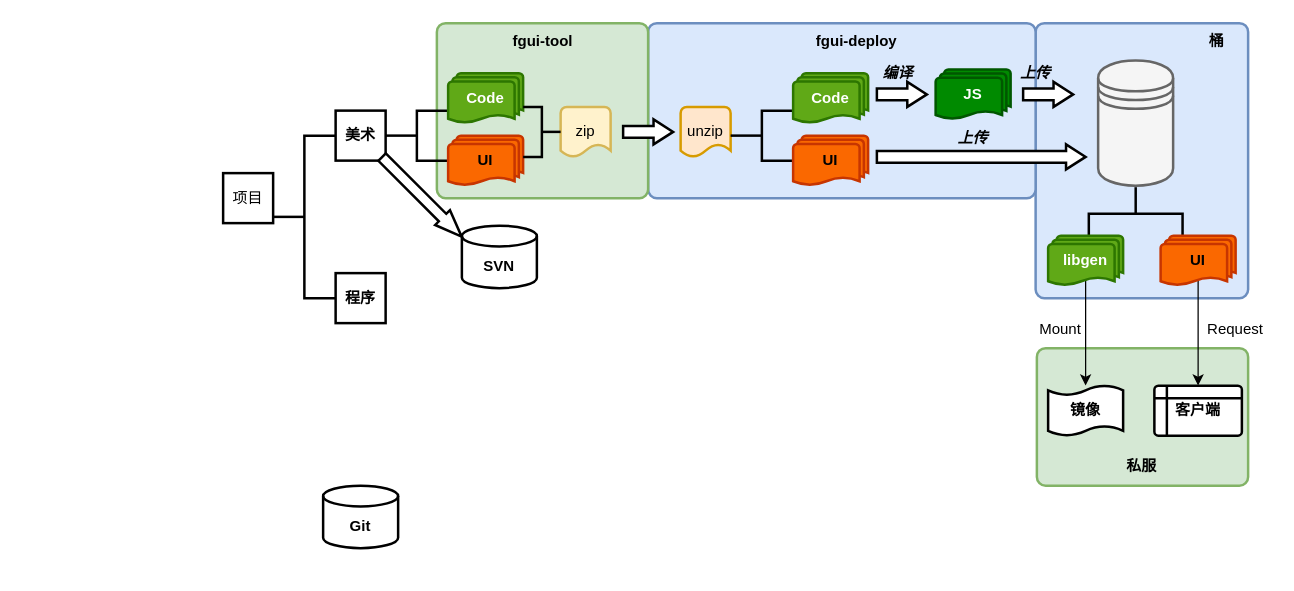
Above: 未命名绘图.drawio in rgbwoo/draw-io (draw.io), before the change. Source tidied: cells renumbered, new cells numbered last; positions are measured from the earlier drawing's top-left corner, leaving out a move shared by most shapes. Both pictures are drawn from the tidied source at 125%, with x=0, y=0 at pixel (222, 22).
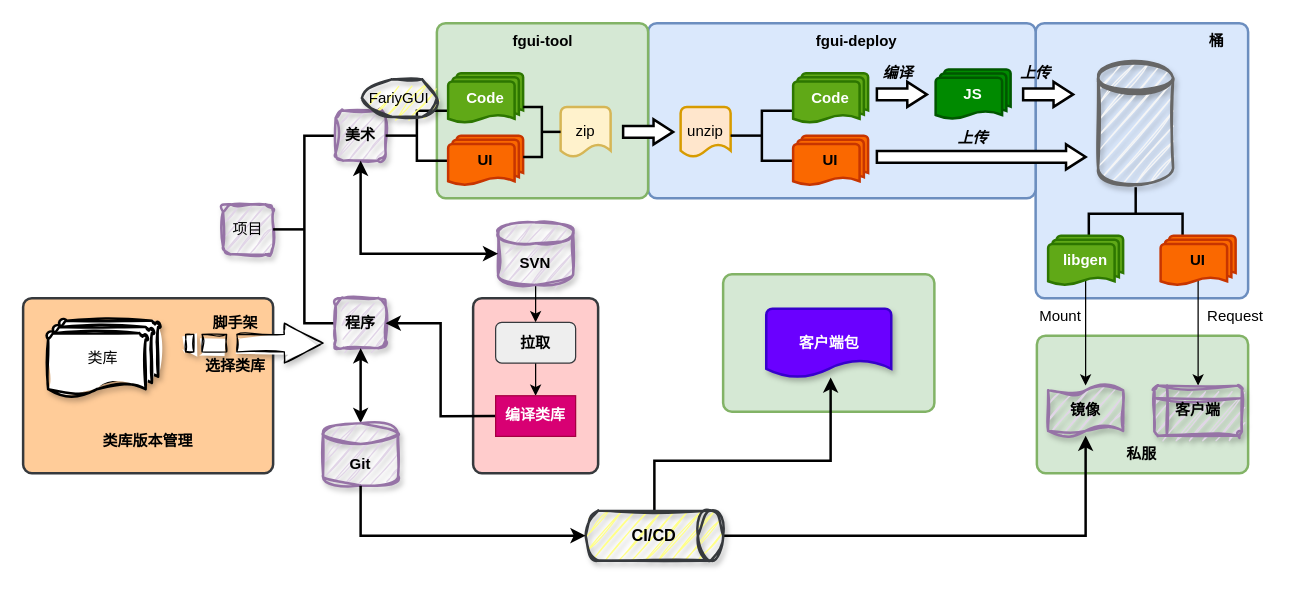
Above is the later version.

Commit message (it also covers changes not shown here):
更新未命名绘图.drawio

Diff of the diagram source:
```diff
@@
+    <mxCell id="44" style="rounded=1;whiteSpace=wrap;html=1;absoluteArcSize=1;arcSize=14;strokeWidth=2;labelBackgroundColor=none;fillColor=#ffcccc;strokeColor=#36393d;" parent="1" vertex="1">
+      <mxGeometry x="200" y="220" width="100" height="140" as="geometry" />
+    </mxCell>
     <mxCell id="2" style="rounded=1;whiteSpace=wrap;html=1;absoluteArcSize=1;arcSize=14;strokeWidth=2;strokeColor=#82b366;labelBackgroundColor=none;fillColor=#d5e8d4;" parent="1" vertex="1">
-      <mxGeometry x="651" y="260" width="169" height="110" as="geometry" />
+      <mxGeometry x="651" y="250" width="169" height="110" as="geometry" />
     </mxCell>
@@
-    <mxCell id="6" value="项目" style="rounded=0;whiteSpace=wrap;html=1;strokeWidth=2;" parent="1" vertex="1">
-      <mxGeometry y="120" width="40" height="40" as="geometry" />
+    <mxCell id="6" value="项目" style="rounded=1;whiteSpace=wrap;html=1;strokeWidth=2;sketch=1;curveFitting=1;jiggle=2;shadow=1;glass=0;fillColor=#e1d5e7;strokeColor=#9673a6;" parent="1" vertex="1">
+      <mxGeometry y="145" width="40" height="40" as="geometry" />
     </mxCell>
     <mxCell id="7" style="strokeWidth=2;html=1;shape=mxgraph.flowchart.annotation_2;align=left;labelPosition=right;" parent="1" vertex="1">
-      <mxGeometry x="40" y="90" width="50" height="130" as="geometry" />
+      <mxGeometry x="40" y="90" width="50" height="150" as="geometry" />
     </mxCell>
-    <mxCell id="8" value="美术" style="rounded=0;whiteSpace=wrap;html=1;strokeWidth=2;fontStyle=1;" parent="1" vertex="1">
+    <mxCell id="8" value="美术" style="rounded=1;whiteSpace=wrap;html=1;strokeWidth=2;fontStyle=1;sketch=1;curveFitting=1;jiggle=2;shadow=1;fillColor=#e1d5e7;strokeColor=#9673a6;" parent="1" vertex="1">
       <mxGeometry x="90" y="70" width="40" height="40" as="geometry" />
     </mxCell>
-    <mxCell id="9" value="程序" style="rounded=0;whiteSpace=wrap;html=1;strokeWidth=2;fontStyle=1;" parent="1" vertex="1">
-      <mxGeometry x="90" y="200" width="40" height="40" as="geometry" />
+    <mxCell id="9" value="程序" style="rounded=1;whiteSpace=wrap;html=1;strokeWidth=2;fontStyle=1;glass=0;sketch=1;curveFitting=1;jiggle=2;shadow=1;fillColor=#e1d5e7;strokeColor=#9673a6;" parent="1" vertex="1">
+      <mxGeometry x="90" y="220" width="40" height="40" as="geometry" />
     </mxCell>
@@
-    <mxCell id="22" style="shape=datastore;whiteSpace=wrap;html=1;strokeWidth=2;fillColor=#f5f5f5;fontColor=#333333;strokeColor=#666666;" parent="1" vertex="1">
+    <mxCell id="22" style="shape=datastore;whiteSpace=wrap;html=1;strokeWidth=2;fillColor=#f5f5f5;fontColor=#333333;strokeColor=#666666;sketch=1;curveFitting=1;jiggle=2;shadow=1;" parent="1" vertex="1">
       <mxGeometry x="700" y="30" width="60" height="100" as="geometry" />
     </mxCell>
@@
-    <mxCell id="25" value="镜像" style="shape=tape;whiteSpace=wrap;html=1;strokeWidth=2;size=0.19;fontStyle=1;" parent="1" vertex="1">
+    <mxCell id="25" value="镜像" style="shape=tape;whiteSpace=wrap;html=1;strokeWidth=2;size=0.19;fontStyle=1;sketch=1;curveFitting=1;jiggle=2;shadow=1;fillColor=#e1d5e7;strokeColor=#9673a6;" parent="1" vertex="1">
       <mxGeometry x="660" y="290" width="60" height="40" as="geometry" />
     </mxCell>
@@
-    <mxCell id="31" value="&lt;div&gt;&lt;span style=&quot;background-color: initial;&quot;&gt;客户端&lt;/span&gt;&lt;br&gt;&lt;/div&gt;" style="shape=internalStorage;whiteSpace=wrap;html=1;dx=10;dy=10;rounded=1;arcSize=8;strokeWidth=2;fontStyle=1;" parent="1" vertex="1">
+    <mxCell id="31" value="&lt;div&gt;&lt;span style=&quot;background-color: initial;&quot;&gt;客户端&lt;/span&gt;&lt;br&gt;&lt;/div&gt;" style="shape=internalStorage;whiteSpace=wrap;html=1;dx=10;dy=10;rounded=1;arcSize=8;strokeWidth=2;fontStyle=1;sketch=1;curveFitting=1;jiggle=2;shadow=1;fillColor=#e1d5e7;strokeColor=#9673a6;" parent="1" vertex="1">
       <mxGeometry x="745" y="290" width="70" height="40" as="geometry" />
     </mxCell>
     <mxCell id="32" value="Mount" style="text;strokeColor=none;align=center;fillColor=none;html=1;verticalAlign=middle;whiteSpace=wrap;rounded=0;" parent="1" vertex="1">
-      <mxGeometry x="640" y="230" width="60" height="30" as="geometry" />
+      <mxGeometry x="640" y="220" width="60" height="30" as="geometry" />
     </mxCell>
     <mxCell id="33" value="Request" style="text;strokeColor=none;align=center;fillColor=none;html=1;verticalAlign=middle;whiteSpace=wrap;rounded=0;" parent="1" vertex="1">
-      <mxGeometry x="780" y="230" width="60" height="30" as="geometry" />
+      <mxGeometry x="780" y="220" width="60" height="30" as="geometry" />
     </mxCell>
+    <mxCell id="45" style="edgeStyle=orthogonalEdgeStyle;rounded=0;jettySize=auto;html=1;exitX=0.5;exitY=1;exitDx=0;exitDy=0;exitPerimeter=0;" parent="1" edge="1" source="34" target="49">
+      <mxGeometry relative="1" as="geometry" />
+    </mxCell>
-    <mxCell id="34" value="&lt;div&gt;&lt;br&gt;&lt;/div&gt;SVN" style="strokeWidth=2;html=1;shape=mxgraph.flowchart.database;whiteSpace=wrap;fontStyle=1;" parent="1" vertex="1">
-      <mxGeometry x="191" y="162" width="60" height="50" as="geometry" />
+    <mxCell id="34" value="&lt;div&gt;&lt;br&gt;&lt;/div&gt;SVN" style="strokeWidth=2;html=1;shape=mxgraph.flowchart.database;whiteSpace=wrap;fontStyle=1;sketch=1;curveFitting=1;jiggle=2;shadow=1;fillColor=#e1d5e7;strokeColor=#9673a6;" parent="1" vertex="1">
+      <mxGeometry x="220" y="159.4" width="60" height="50" as="geometry" />
     </mxCell>
-    <mxCell id="35" style="verticalLabelPosition=bottom;verticalAlign=top;html=1;strokeWidth=2;shape=mxgraph.arrows2.arrow;dy=0.5;dx=21.61;notch=0;rotation=45;" parent="1" vertex="1">
-      <mxGeometry x="114" y="130.6" width="90" height="16.8" as="geometry" />
-    </mxCell>
@@
     <mxCell id="38" value="&lt;b&gt;私服&lt;/b&gt;" style="text;strokeColor=none;align=center;fillColor=none;html=1;verticalAlign=middle;whiteSpace=wrap;rounded=0;" parent="1" vertex="1">
-      <mxGeometry x="705" y="340" width="60" height="30" as="geometry" />
+      <mxGeometry x="705" y="330" width="60" height="30" as="geometry" />
     </mxCell>
@@
+    <mxCell id="46" style="edgeStyle=orthogonalEdgeStyle;rounded=0;jettySize=auto;html=1;exitX=0.5;exitY=0;exitDx=0;exitDy=0;exitPerimeter=0;entryX=0.5;entryY=1;entryDx=0;entryDy=0;strokeWidth=2;startArrow=classic;startFill=1;" parent="1" edge="1" source="43" target="9">
+      <mxGeometry relative="1" as="geometry" />
+    </mxCell>
-    <mxCell id="43" value="&lt;div&gt;&lt;br&gt;&lt;/div&gt;Git&lt;div&gt;&lt;/div&gt;" style="strokeWidth=2;html=1;shape=mxgraph.flowchart.database;whiteSpace=wrap;fontStyle=1;horizontal=1;" parent="1" vertex="1">
-      <mxGeometry x="80" y="370" width="60" height="50" as="geometry" />
+    <mxCell id="43" value="&lt;div&gt;&lt;br&gt;&lt;/div&gt;Git&lt;div&gt;&lt;/div&gt;" style="strokeWidth=2;html=1;shape=mxgraph.flowchart.database;whiteSpace=wrap;fontStyle=1;horizontal=1;sketch=1;curveFitting=1;jiggle=2;shadow=1;fillColor=#e1d5e7;strokeColor=#9673a6;" parent="1" vertex="1">
+      <mxGeometry x="80" y="320" width="60" height="50" as="geometry" />
     </mxCell>
+    <mxCell id="47" style="edgeStyle=orthogonalEdgeStyle;rounded=0;jettySize=auto;html=1;exitX=0.5;exitY=1;exitDx=0;exitDy=0;entryX=0;entryY=0.5;entryDx=0;entryDy=0;entryPerimeter=0;strokeWidth=2;startArrow=classic;startFill=1;" parent="1" edge="1" source="8" target="34">
+      <mxGeometry relative="1" as="geometry" />
+    </mxCell>
+    <mxCell id="48" style="edgeStyle=orthogonalEdgeStyle;rounded=0;jettySize=auto;html=1;exitX=0.5;exitY=1;exitDx=0;exitDy=0;" parent="1" edge="1" source="49" target="51">
+      <mxGeometry relative="1" as="geometry" />
+    </mxCell>
+    <mxCell id="49" value="拉取" style="rounded=1;whiteSpace=wrap;html=1;fontStyle=1;fillColor=#eeeeee;strokeColor=#36393d;" parent="1" vertex="1">
+      <mxGeometry x="218" y="239.4" width="64" height="32.5" as="geometry" />
+    </mxCell>
+    <mxCell id="50" style="edgeStyle=orthogonalEdgeStyle;rounded=0;jettySize=auto;html=1;exitX=0;exitY=0.5;exitDx=0;exitDy=0;entryX=1;entryY=0.5;entryDx=0;entryDy=0;strokeWidth=2;" parent="1" edge="1" source="51" target="9">
+      <mxGeometry relative="1" as="geometry" />
+    </mxCell>
+    <mxCell id="51" value="编译类库" style="rounded=0;whiteSpace=wrap;html=1;fontStyle=1;fillColor=#d80073;fontColor=#ffffff;strokeColor=#A50040;" parent="1" vertex="1">
+      <mxGeometry x="218" y="298.1" width="64" height="32.5" as="geometry" />
+    </mxCell>
+    <mxCell id="52" style="rounded=1;whiteSpace=wrap;html=1;absoluteArcSize=1;arcSize=14;strokeWidth=2;labelBackgroundColor=none;fillColor=#ffcc99;strokeColor=#36393d;" parent="1" vertex="1">
+      <mxGeometry x="-160" y="220" width="200" height="140" as="geometry" />
+    </mxCell>
+    <mxCell id="53" style="rounded=1;whiteSpace=wrap;html=1;absoluteArcSize=1;arcSize=14;strokeWidth=2;strokeColor=#82b366;labelBackgroundColor=none;fillColor=#d5e8d4;" parent="1" vertex="1">
+      <mxGeometry x="400" y="200.9" width="169" height="110" as="geometry" />
+    </mxCell>
+    <mxCell id="54" style="edgeStyle=orthogonalEdgeStyle;rounded=0;jettySize=auto;html=1;exitX=0.5;exitY=0;exitDx=0;exitDy=0;exitPerimeter=0;strokeWidth=2;" parent="1" edge="1" source="56" target="64">
+      <mxGeometry relative="1" as="geometry">
+        <Array as="points">
+          <mxPoint x="345" y="350" />
+          <mxPoint x="486" y="350" />
+        </Array>
+      </mxGeometry>
+    </mxCell>
+    <mxCell id="55" style="edgeStyle=orthogonalEdgeStyle;rounded=0;jettySize=auto;html=1;exitX=1;exitY=0.5;exitDx=0;exitDy=0;exitPerimeter=0;strokeWidth=2;" parent="1" edge="1" source="56" target="25">
+      <mxGeometry relative="1" as="geometry" />
+    </mxCell>
+    <mxCell id="56" value="CI/CD" style="strokeWidth=2;html=1;shape=mxgraph.flowchart.direct_data;whiteSpace=wrap;fontStyle=1;fontSize=13;fillColor=#ffff88;strokeColor=#36393d;sketch=1;curveFitting=1;jiggle=2;shadow=1;" parent="1" vertex="1">
+      <mxGeometry x="290" y="390" width="110" height="40" as="geometry" />
+    </mxCell>
+    <mxCell id="57" style="edgeStyle=orthogonalEdgeStyle;rounded=0;jettySize=auto;html=1;exitX=0.5;exitY=1;exitDx=0;exitDy=0;exitPerimeter=0;entryX=0;entryY=0.5;entryDx=0;entryDy=0;entryPerimeter=0;strokeWidth=2;" parent="1" edge="1" source="43" target="56">
+      <mxGeometry relative="1" as="geometry" />
+    </mxCell>
+    <mxCell id="58" value="类库" style="strokeWidth=2;html=1;shape=mxgraph.flowchart.multi-document;whiteSpace=wrap;sketch=1;curveFitting=1;jiggle=2;shadow=1;" parent="1" vertex="1">
+      <mxGeometry x="-140" y="238.1" width="88" height="60" as="geometry" />
+    </mxCell>
+    <mxCell id="59" value="类库版本管理" style="text;strokeColor=none;align=center;fillColor=none;html=1;verticalAlign=middle;whiteSpace=wrap;rounded=0;fontStyle=1;" parent="1" vertex="1">
+      <mxGeometry x="-105" y="320" width="90" height="30" as="geometry" />
+    </mxCell>
+    <mxCell id="60" style="html=1;shadow=1;dashed=0;align=center;verticalAlign=middle;shape=mxgraph.arrows2.stripedArrow;dy=0.56;dx=31;notch=41;sketch=1;curveFitting=1;jiggle=2;" parent="1" vertex="1">
+      <mxGeometry x="-30" y="240" width="110" height="31.9" as="geometry" />
+    </mxCell>
+    <mxCell id="61" value="脚手架" style="text;strokeColor=none;align=center;fillColor=none;html=1;verticalAlign=middle;whiteSpace=wrap;rounded=0;fontStyle=1;" parent="1" vertex="1">
+      <mxGeometry x="-20" y="225" width="60" height="30" as="geometry" />
+    </mxCell>
+    <mxCell id="62" value="选择类库" style="text;strokeColor=none;align=center;fillColor=none;html=1;verticalAlign=middle;whiteSpace=wrap;rounded=0;fontStyle=1;" parent="1" vertex="1">
+      <mxGeometry x="-20" y="260" width="60" height="30" as="geometry" />
+    </mxCell>
+    <mxCell id="63" value="FariyGUI" style="strokeWidth=2;html=1;shape=mxgraph.flowchart.display;whiteSpace=wrap;sketch=1;curveFitting=1;jiggle=2;shadow=1;fillColor=#ffff88;strokeColor=#36393d;" parent="1" vertex="1">
+      <mxGeometry x="111" y="45" width="60" height="30" as="geometry" />
+    </mxCell>
+    <mxCell id="64" value="&lt;b&gt;客户端包&lt;/b&gt;" style="strokeWidth=2;html=1;shape=mxgraph.flowchart.document2;whiteSpace=wrap;size=0.25;fillColor=#6a00ff;fontColor=#ffffff;strokeColor=#3700CC;shadow=1;" parent="1" vertex="1">
+      <mxGeometry x="434.5" y="228.4" width="100" height="55" as="geometry" />
+    </mxCell>
```
